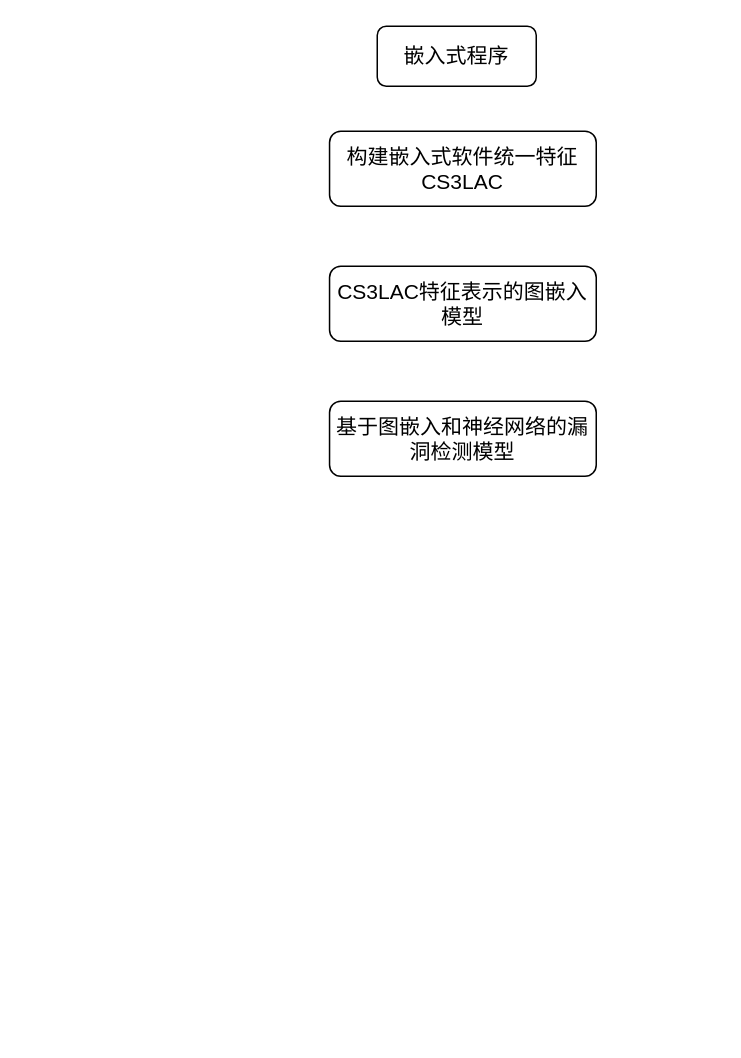
This is 12.drawio from cxlzff/AFL, a draw.io file, before an edit. Source tidied: cells renumbered, new cells numbered last; positions are measured from the earlier drawing's top-left corner, leaving out a move shared by most shapes. Both pictures are drawn from the tidied source at 150%, with x=0, y=0 at pixel (328, 26).
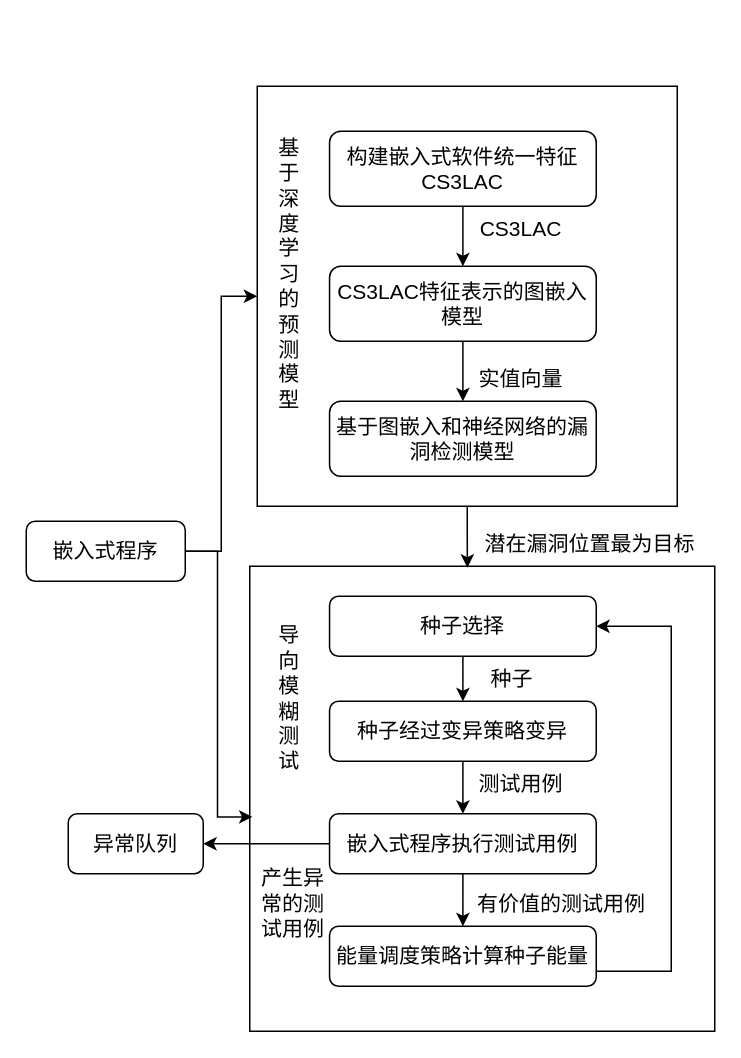
After the change.

Unchanged cells that the change refers to:
```xml
<mxCell id="3" value="构建嵌入式软件统一特征CS3LAC" style="rounded=1;whiteSpace=wrap;html=1;fontSize=14;" parent="1" vertex="1">
  <mxGeometry x="0.2" y="70" width="177.8" height="50" as="geometry" />
</mxCell>
<mxCell id="4" value="CS3LAC特征表示的图嵌入模型" style="rounded=1;whiteSpace=wrap;html=1;fontSize=14;" parent="1" vertex="1">
  <mxGeometry x="0.2" y="160" width="177.8" height="50" as="geometry" />
</mxCell>
<mxCell id="5" value="基于图嵌入和神经网络的漏洞检测模型" style="rounded=1;whiteSpace=wrap;html=1;fontSize=14;" parent="1" vertex="1">
  <mxGeometry x="0.2" y="250" width="177.8" height="50" as="geometry" />
</mxCell>
```

What changed in the source:
```diff
@@
+    <mxCell id="6" style="whiteSpace=wrap;html=1;fontSize=14;" parent="1" vertex="1">
+      <mxGeometry x="-53" y="360" width="310" height="310" as="geometry" />
+    </mxCell>
+    <mxCell id="7" style="edgeStyle=orthogonalEdgeStyle;rounded=0;jettySize=auto;html=1;entryX=0.468;entryY=0.003;entryDx=0;entryDy=0;entryPerimeter=0;fontSize=14;" parent="1" edge="1" source="8" target="6">
+      <mxGeometry relative="1" as="geometry" />
+    </mxCell>
+    <mxCell id="8" style="whiteSpace=wrap;html=1;fontSize=14;" parent="1" vertex="1">
+      <mxGeometry x="-48" y="40" width="280" height="280" as="geometry" />
+    </mxCell>
+    <mxCell id="9" style="edgeStyle=orthogonalEdgeStyle;rounded=0;jettySize=auto;html=1;entryX=0;entryY=0.5;entryDx=0;entryDy=0;fontSize=14;" parent="1" edge="1" source="2" target="8">
+      <mxGeometry relative="1" as="geometry" />
+    </mxCell>
+    <mxCell id="10" style="edgeStyle=orthogonalEdgeStyle;rounded=0;jettySize=auto;html=1;entryX=0.006;entryY=0.539;entryDx=0;entryDy=0;entryPerimeter=0;fontSize=14;" parent="1" edge="1" source="2" target="6">
+      <mxGeometry relative="1" as="geometry" />
+    </mxCell>
     <mxCell id="2" value="&lt;font style=&quot;font-size: 14px&quot;&gt;嵌入式程序&lt;/font&gt;" style="rounded=1;whiteSpace=wrap;html=1;" parent="1" vertex="1">
-      <mxGeometry x="32" width="106" height="40" as="geometry" />
+      <mxGeometry x="-202" y="330" width="106" height="40" as="geometry" />
     </mxCell>
+    <mxCell id="11" style="edgeStyle=orthogonalEdgeStyle;rounded=0;jettySize=auto;html=1;fontSize=14;" parent="1" edge="1" source="3" target="4">
+      <mxGeometry relative="1" as="geometry" />
+    </mxCell>
@@
+    <mxCell id="12" style="edgeStyle=orthogonalEdgeStyle;rounded=0;jettySize=auto;html=1;fontSize=14;" parent="1" edge="1" source="4" target="5">
+      <mxGeometry relative="1" as="geometry" />
+    </mxCell>
@@
+    <mxCell id="13" style="edgeStyle=orthogonalEdgeStyle;rounded=0;jettySize=auto;html=1;fontSize=14;" parent="1" edge="1" source="14" target="16">
+      <mxGeometry relative="1" as="geometry" />
+    </mxCell>
+    <mxCell id="14" value="种子选择" style="rounded=1;whiteSpace=wrap;html=1;fontSize=14;" parent="1" vertex="1">
+      <mxGeometry x="0.2" y="380" width="177.8" height="40" as="geometry" />
+    </mxCell>
+    <mxCell id="15" style="edgeStyle=orthogonalEdgeStyle;rounded=0;jettySize=auto;html=1;fontSize=14;" parent="1" edge="1" source="16" target="19">
+      <mxGeometry relative="1" as="geometry" />
+    </mxCell>
+    <mxCell id="16" value="种子经过变异策略变异" style="rounded=1;whiteSpace=wrap;html=1;fontSize=14;" parent="1" vertex="1">
+      <mxGeometry x="0.2" y="450" width="177.8" height="40" as="geometry" />
+    </mxCell>
+    <mxCell id="17" style="edgeStyle=orthogonalEdgeStyle;rounded=0;jettySize=auto;html=1;fontSize=14;" parent="1" edge="1" source="19" target="20">
+      <mxGeometry relative="1" as="geometry" />
+    </mxCell>
+    <mxCell id="18" style="edgeStyle=orthogonalEdgeStyle;rounded=0;jettySize=auto;html=1;fontSize=14;" parent="1" edge="1" source="19" target="22">
+      <mxGeometry relative="1" as="geometry" />
+    </mxCell>
+    <mxCell id="19" value="嵌入式程序执行测试用例" style="rounded=1;whiteSpace=wrap;html=1;fontSize=14;" parent="1" vertex="1">
+      <mxGeometry x="0.2" y="525" width="177.8" height="40" as="geometry" />
+    </mxCell>
+    <mxCell id="20" value="异常队列" style="rounded=1;whiteSpace=wrap;html=1;fontSize=14;" parent="1" vertex="1">
+      <mxGeometry x="-174" y="525" width="90" height="40" as="geometry" />
+    </mxCell>
+    <mxCell id="21" style="edgeStyle=orthogonalEdgeStyle;rounded=0;jettySize=auto;html=1;entryX=1;entryY=0.5;entryDx=0;entryDy=0;fontSize=14;" parent="1" edge="1" source="22" target="14">
+      <mxGeometry relative="1" as="geometry">
+        <Array as="points">
+          <mxPoint x="228" y="630" />
+          <mxPoint x="228" y="400" />
+        </Array>
+      </mxGeometry>
+    </mxCell>
+    <mxCell id="22" value="能量调度策略计算种子能量" style="rounded=1;whiteSpace=wrap;html=1;fontSize=14;" parent="1" vertex="1">
+      <mxGeometry x="0.2" y="600" width="177.8" height="40" as="geometry" />
+    </mxCell>
+    <mxCell id="23" value="CS3LAC" style="text;html=1;strokeColor=none;fillColor=none;align=center;verticalAlign=middle;whiteSpace=wrap;rounded=0;fontSize=14;" parent="1" vertex="1">
+      <mxGeometry x="98" y="120" width="60" height="30" as="geometry" />
+    </mxCell>
+    <mxCell id="24" value="实值向量" style="text;html=1;strokeColor=none;fillColor=none;align=center;verticalAlign=middle;whiteSpace=wrap;rounded=0;fontSize=14;" parent="1" vertex="1">
+      <mxGeometry x="98" y="220" width="60" height="30" as="geometry" />
+    </mxCell>
+    <mxCell id="25" value="潜在漏洞位置最为目标" style="text;html=1;strokeColor=none;fillColor=none;align=center;verticalAlign=middle;whiteSpace=wrap;rounded=0;fontSize=14;" parent="1" vertex="1">
+      <mxGeometry x="98" y="330" width="152" height="30" as="geometry" />
+    </mxCell>
+    <mxCell id="26" value="种子" style="text;html=1;strokeColor=none;fillColor=none;align=center;verticalAlign=middle;whiteSpace=wrap;rounded=0;fontSize=14;" parent="1" vertex="1">
+      <mxGeometry x="92" y="420" width="60" height="30" as="geometry" />
+    </mxCell>
+    <mxCell id="27" value="测试用例" style="text;html=1;strokeColor=none;fillColor=none;align=center;verticalAlign=middle;whiteSpace=wrap;rounded=0;fontSize=14;" parent="1" vertex="1">
+      <mxGeometry x="98" y="490" width="60" height="30" as="geometry" />
+    </mxCell>
+    <mxCell id="28" value="有价值的测试用例" style="text;html=1;strokeColor=none;fillColor=none;align=center;verticalAlign=middle;whiteSpace=wrap;rounded=0;fontSize=14;" parent="1" vertex="1">
+      <mxGeometry x="92" y="570" width="126" height="30" as="geometry" />
+    </mxCell>
+    <mxCell id="29" value="产生异常的测试用例" style="text;html=1;strokeColor=none;fillColor=none;align=center;verticalAlign=middle;whiteSpace=wrap;rounded=0;fontSize=14;" parent="1" vertex="1">
+      <mxGeometry x="-48" y="555" width="47.8" height="60" as="geometry" />
+    </mxCell>
+    <mxCell id="30" value="基于深度学习的预测模型" style="text;html=1;strokeColor=none;fillColor=none;align=center;verticalAlign=middle;whiteSpace=wrap;rounded=0;fontSize=14;" parent="1" vertex="1">
+      <mxGeometry x="-40.8" y="70" width="28.8" height="190" as="geometry" />
+    </mxCell>
+    <mxCell id="31" value="导向模糊测试" style="text;html=1;strokeColor=none;fillColor=none;align=center;verticalAlign=middle;whiteSpace=wrap;rounded=0;fontSize=14;" parent="1" vertex="1">
+      <mxGeometry x="-40.8" y="370" width="28.8" height="155" as="geometry" />
+    </mxCell>
```
